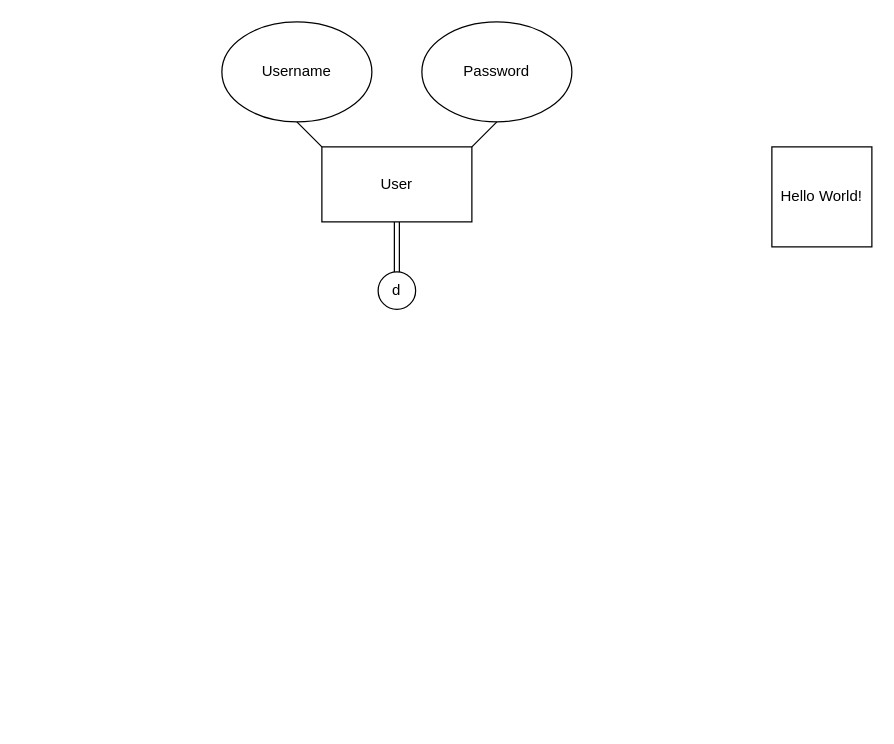
The draw.io diagram Untitled Diagram.drawio in software-engineering-2023/Holms, before the edit. Source tidied: cells renumbered, new cells numbered last; positions are measured from the earlier drawing's top-left corner, leaving out a move shared by most shapes. Both pictures are drawn from the tidied source at 125%, with x=0, y=0 at pixel (221, 21).
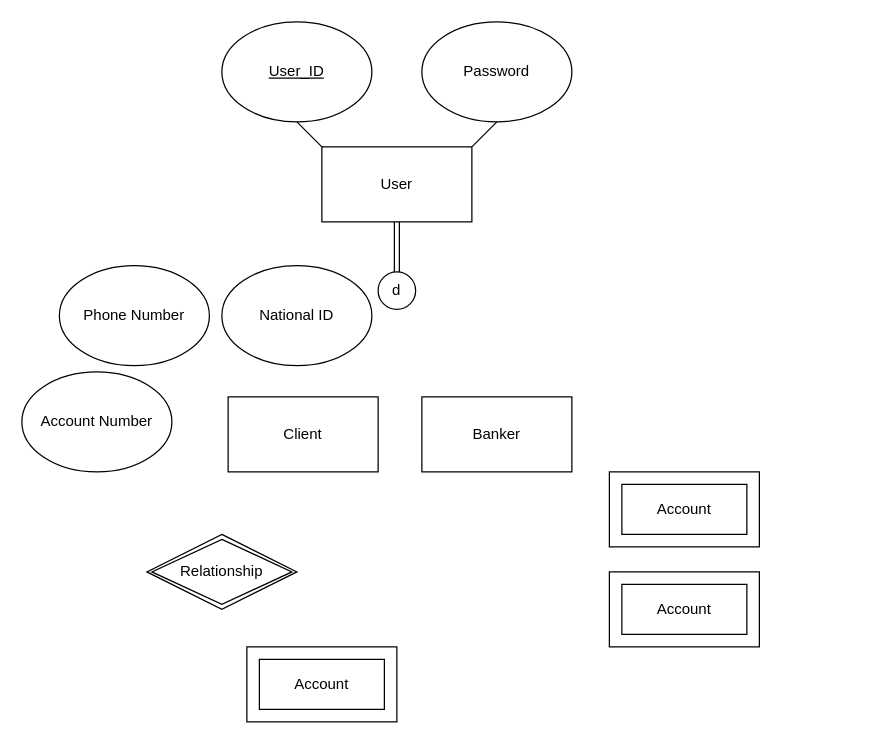
Above is the later version.

What changed in the source:
```diff
@@
-    <mxCell id="2" value="Hello World!" style="whiteSpace=wrap;html=1;" parent="1" vertex="1">
-      <mxGeometry x="440" y="100" width="80" height="80" as="geometry" />
-    </mxCell>
@@
-    <mxCell id="4" value="Username" style="ellipse;whiteSpace=wrap;html=1;" parent="1" vertex="1">
+    <mxCell id="4" value="&lt;u&gt;User_ID&lt;/u&gt;" style="ellipse;whiteSpace=wrap;html=1;" parent="1" vertex="1">
       <mxGeometry width="120" height="80" as="geometry" />
     </mxCell>
@@
+    <mxCell id="10" value="National ID" style="ellipse;whiteSpace=wrap;html=1;" parent="1" vertex="1">
+      <mxGeometry y="195" width="120" height="80" as="geometry" />
+    </mxCell>
+    <mxCell id="11" value="Phone Number" style="ellipse;whiteSpace=wrap;html=1;" parent="1" vertex="1">
+      <mxGeometry x="-130" y="195" width="120" height="80" as="geometry" />
+    </mxCell>
+    <mxCell id="12" value="Account Number" style="ellipse;whiteSpace=wrap;html=1;" parent="1" vertex="1">
+      <mxGeometry x="-160" y="280" width="120" height="80" as="geometry" />
+    </mxCell>
+    <mxCell id="13" value="Relationship" style="shape=rhombus;double=1;perimeter=rhombusPerimeter;whiteSpace=wrap;html=1;align=center;" parent="1" vertex="1">
+      <mxGeometry x="-60" y="410" width="120" height="60" as="geometry" />
+    </mxCell>
+    <mxCell id="14" value="Client" style="rounded=0;whiteSpace=wrap;html=1;" parent="1" vertex="1">
+      <mxGeometry x="5" y="300" width="120" height="60" as="geometry" />
+    </mxCell>
+    <mxCell id="15" value="Banker" style="rounded=0;whiteSpace=wrap;html=1;" parent="1" vertex="1">
+      <mxGeometry x="160" y="300" width="120" height="60" as="geometry" />
+    </mxCell>
+    <mxCell id="16" style="rounded=0;whiteSpace=wrap;html=1;" parent="1" vertex="1">
+      <mxGeometry x="20" y="500" width="120" height="60" as="geometry" />
+    </mxCell>
+    <mxCell id="17" value="Account" style="rounded=0;whiteSpace=wrap;html=1;" parent="1" vertex="1">
+      <mxGeometry x="30" y="510" width="100" height="40" as="geometry" />
+    </mxCell>
+    <mxCell id="18" style="rounded=0;whiteSpace=wrap;html=1;" parent="1" vertex="1">
+      <mxGeometry x="310" y="360" width="120" height="60" as="geometry" />
+    </mxCell>
+    <mxCell id="19" value="Account" style="rounded=0;whiteSpace=wrap;html=1;" parent="1" vertex="1">
+      <mxGeometry x="320" y="370" width="100" height="40" as="geometry" />
+    </mxCell>
+    <mxCell id="20" style="rounded=0;whiteSpace=wrap;html=1;" parent="1" vertex="1">
+      <mxGeometry x="310" y="440" width="120" height="60" as="geometry" />
+    </mxCell>
+    <mxCell id="21" value="Account" style="rounded=0;whiteSpace=wrap;html=1;" parent="1" vertex="1">
+      <mxGeometry x="320" y="450" width="100" height="40" as="geometry" />
+    </mxCell>
```
